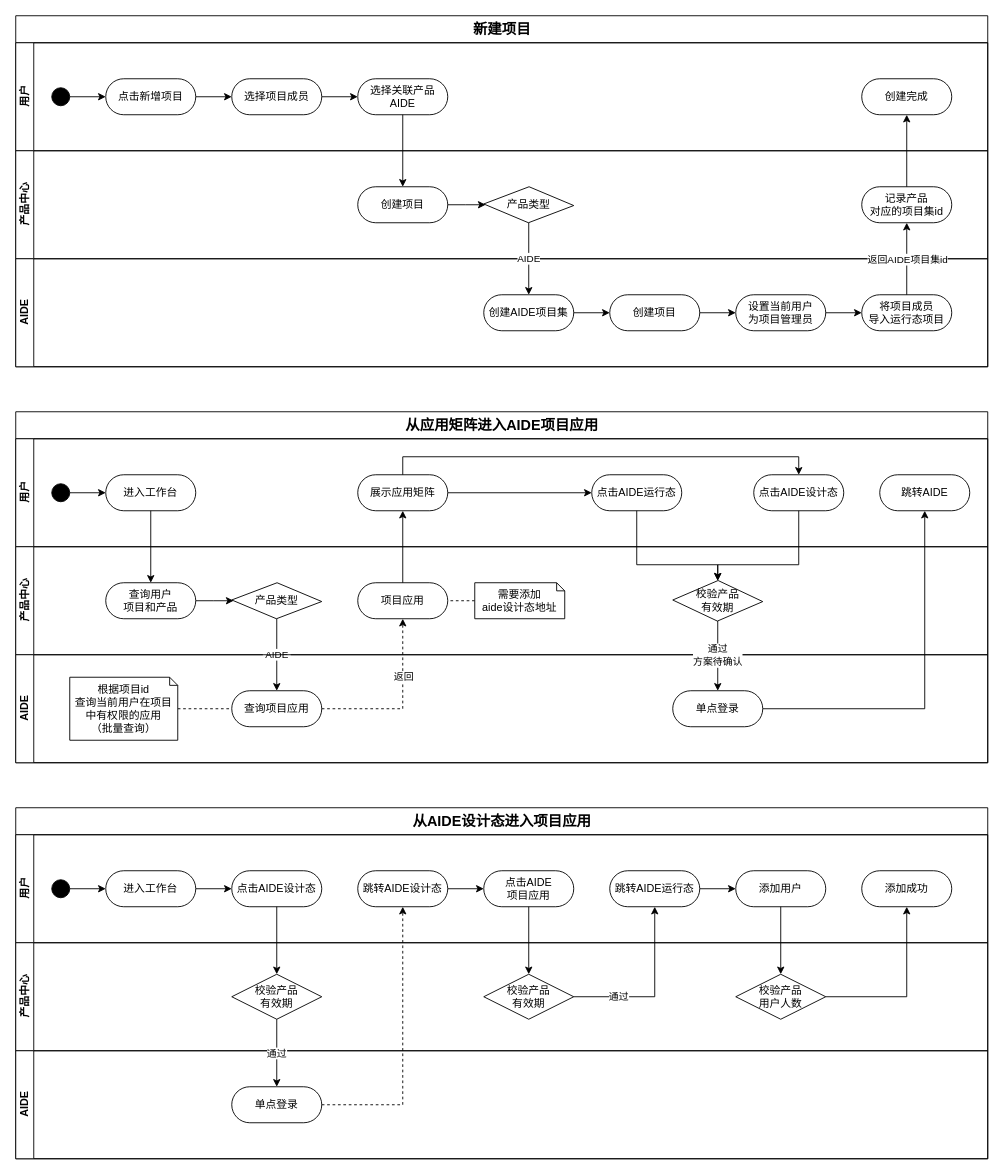
The draw.io diagram page "AIDE交互活动图" (3 of 4) of others/产品中心.drawio in Qunz/drawio, before the edit. Source tidied: cells renumbered, new cells numbered last; positions are measured from the earlier drawing's top-left corner, leaving out a move shared by most shapes. Both pictures are drawn from the tidied source at 90%, with x=0, y=0 at pixel (15, 15).
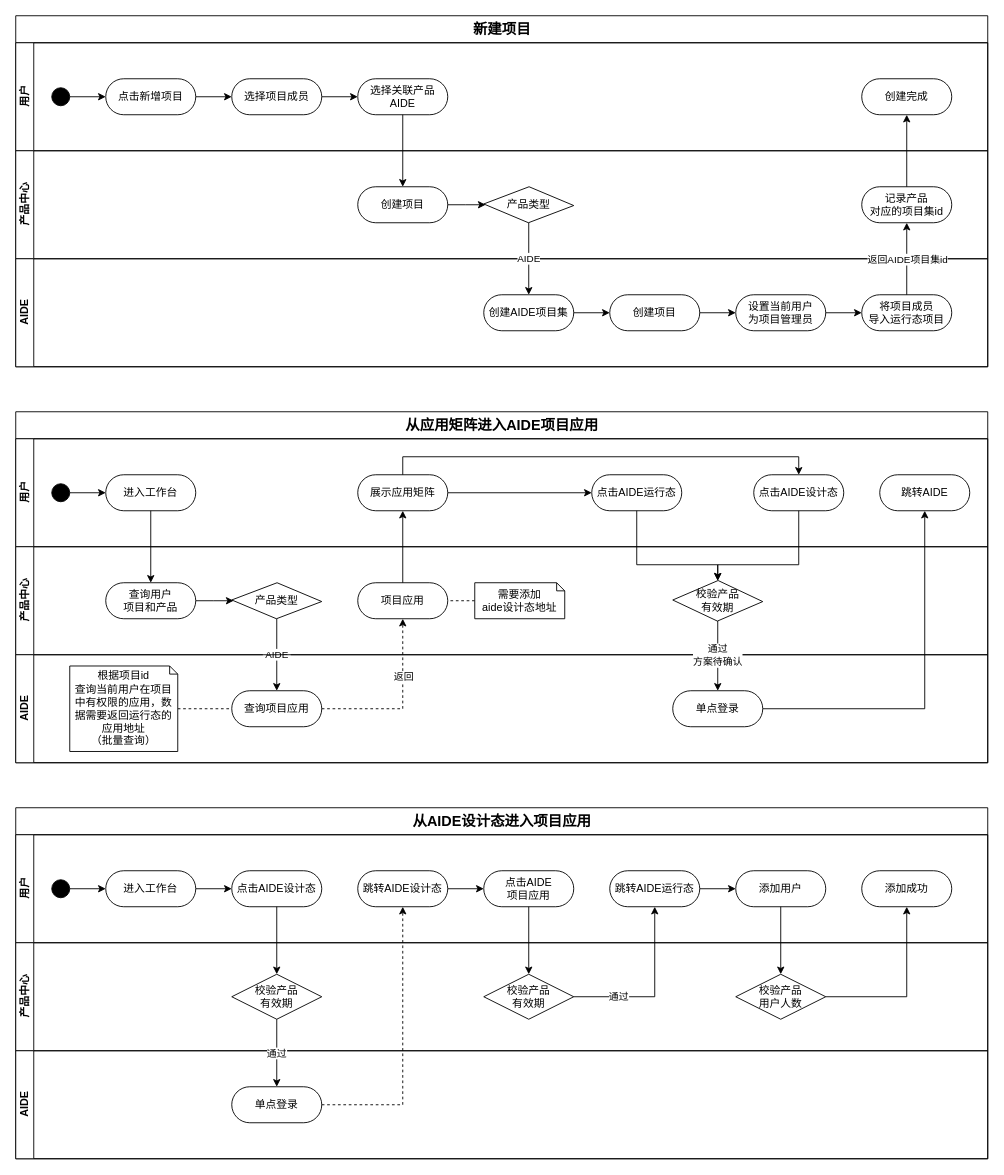
After the change.

The change refers to these unchanged cells:
```xml
<mxCell id="54" value="AIDE" style="swimlane;startSize=20;horizontal=0;html=1;" parent="30" vertex="1">
  <mxGeometry y="270" width="1080" height="120" as="geometry" />
</mxCell>
```

The edit, as a diff of the source:
```diff
@@
-    <mxCell id="57" value="根据项目id&lt;div&gt;查询当前用户在项目中有权限的应用&lt;br&gt;（批量查询）&lt;/div&gt;" style="shape=note2;boundedLbl=1;whiteSpace=wrap;html=1;size=9;verticalAlign=middle;align=center;labelPosition=center;verticalLabelPosition=middle;" parent="54" vertex="1">
-      <mxGeometry x="60" y="25" width="120" height="70" as="geometry" />
+    <mxCell id="57" value="根据项目id&lt;div&gt;查询当前用户在项目中有权限的应用，数据需要返回运行态的应用地址&lt;br&gt;（批量查询）&lt;/div&gt;" style="shape=note2;boundedLbl=1;whiteSpace=wrap;html=1;size=9;verticalAlign=middle;align=center;labelPosition=center;verticalLabelPosition=middle;" parent="54" vertex="1">
+      <mxGeometry x="60" y="12.5" width="120" height="95" as="geometry" />
     </mxCell>
```
